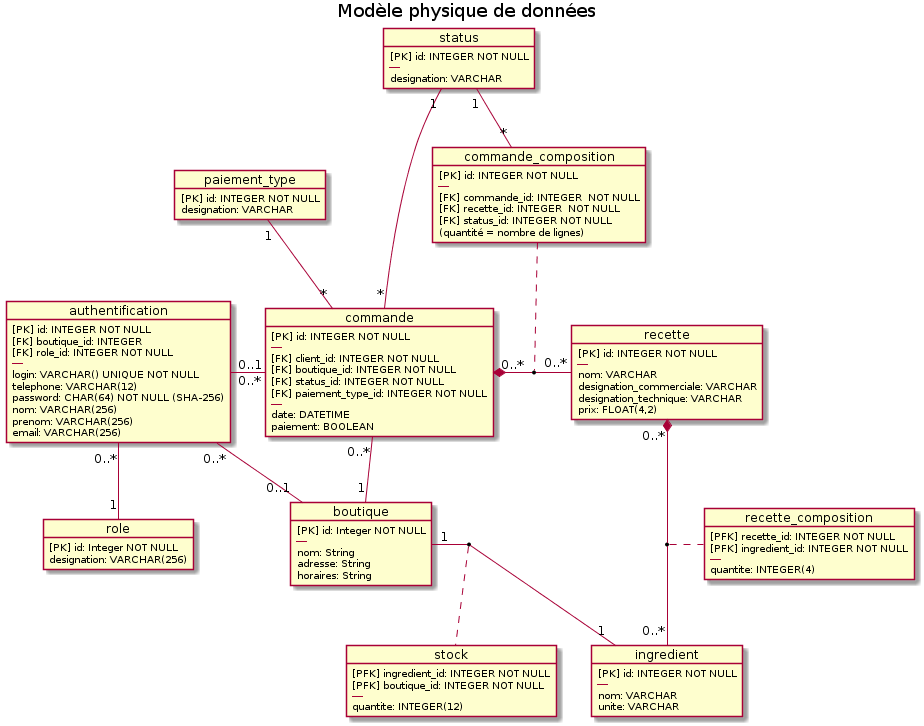
Above: doc/img/07_MPD.png in Zepmanbc/oc_dapython_pr6 (PlantUML), before the change.
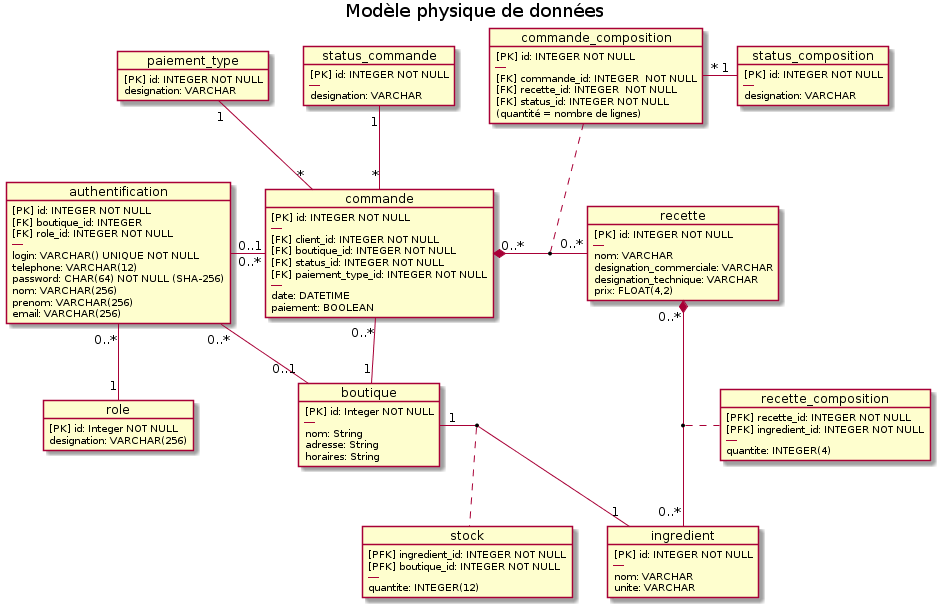
After the commit.

Commit message:
ajout de la table status_composition

Diff of the diagram source:
```diff
@@ -18,7 +18,13 @@
     designation: VARCHAR
 }
 
-object status{
+object status_commande{
+    [PK] id: INTEGER NOT NULL
+    ----
+    designation: VARCHAR
+}
+
+object status_composition{
     [PK] id: INTEGER NOT NULL
     ----
     designation: VARCHAR
@@ -103,9 +109,8 @@
 boutique "1" - "1" ingredient
 (ingredient, boutique) . stock
 
-status "1" -- "*" commande
-
-status "1" -- "*" commande_composition
+status_commande "1" -- "*" commande
+commande_composition "*" - "1" status_composition
 
 authentification "0..*" -- "1" role
 
```
